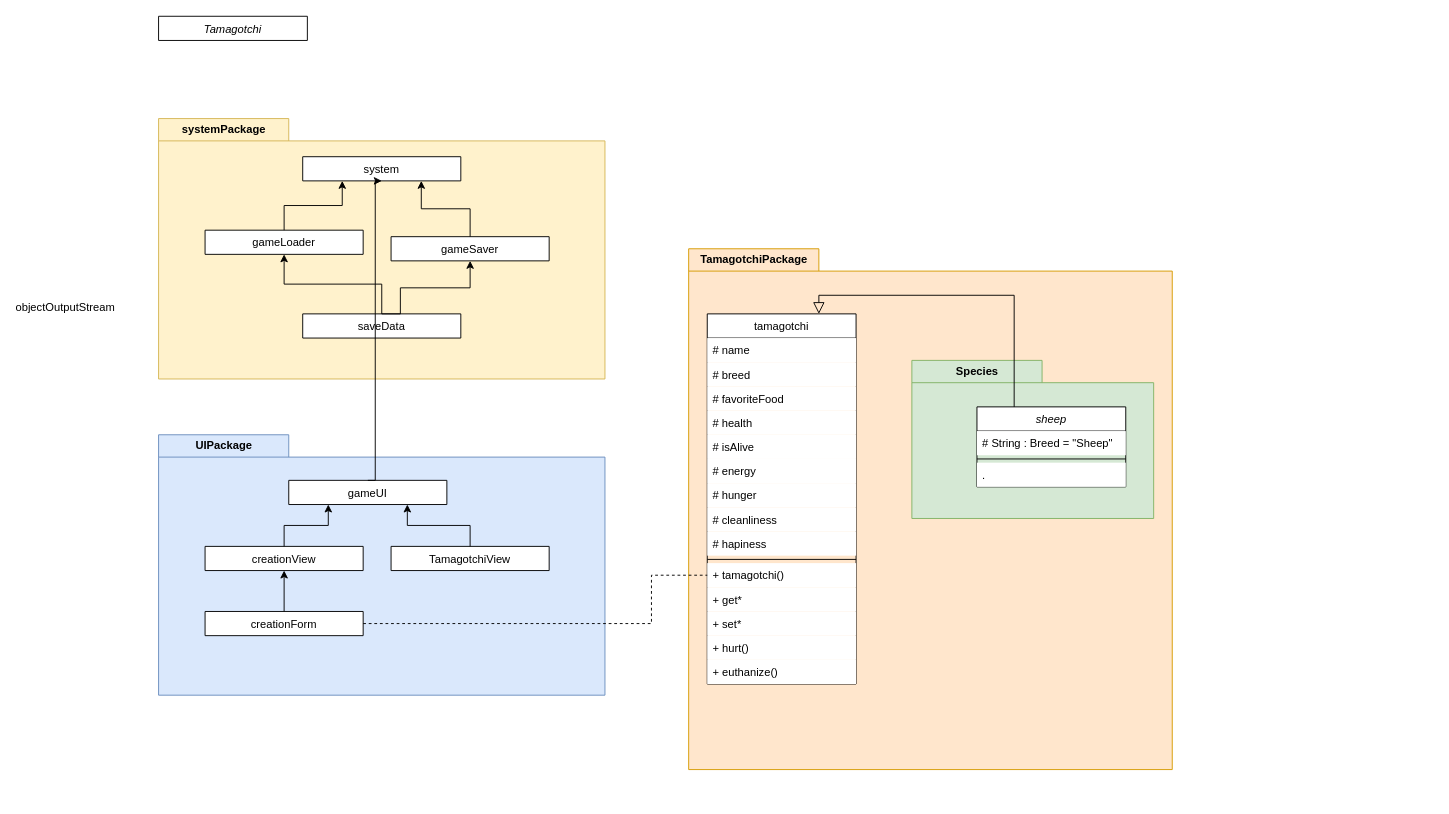
Before: docs/diag_classe.drawio in TheoGicquel/EggFriend, a draw.io diagram. Source tidied: cells renumbered, new cells numbered last; positions are measured from the earlier drawing's top-left corner, leaving out a move shared by most shapes. Both pictures are drawn from the tidied source at 93%, with x=0, y=0 at pixel (37, 16).
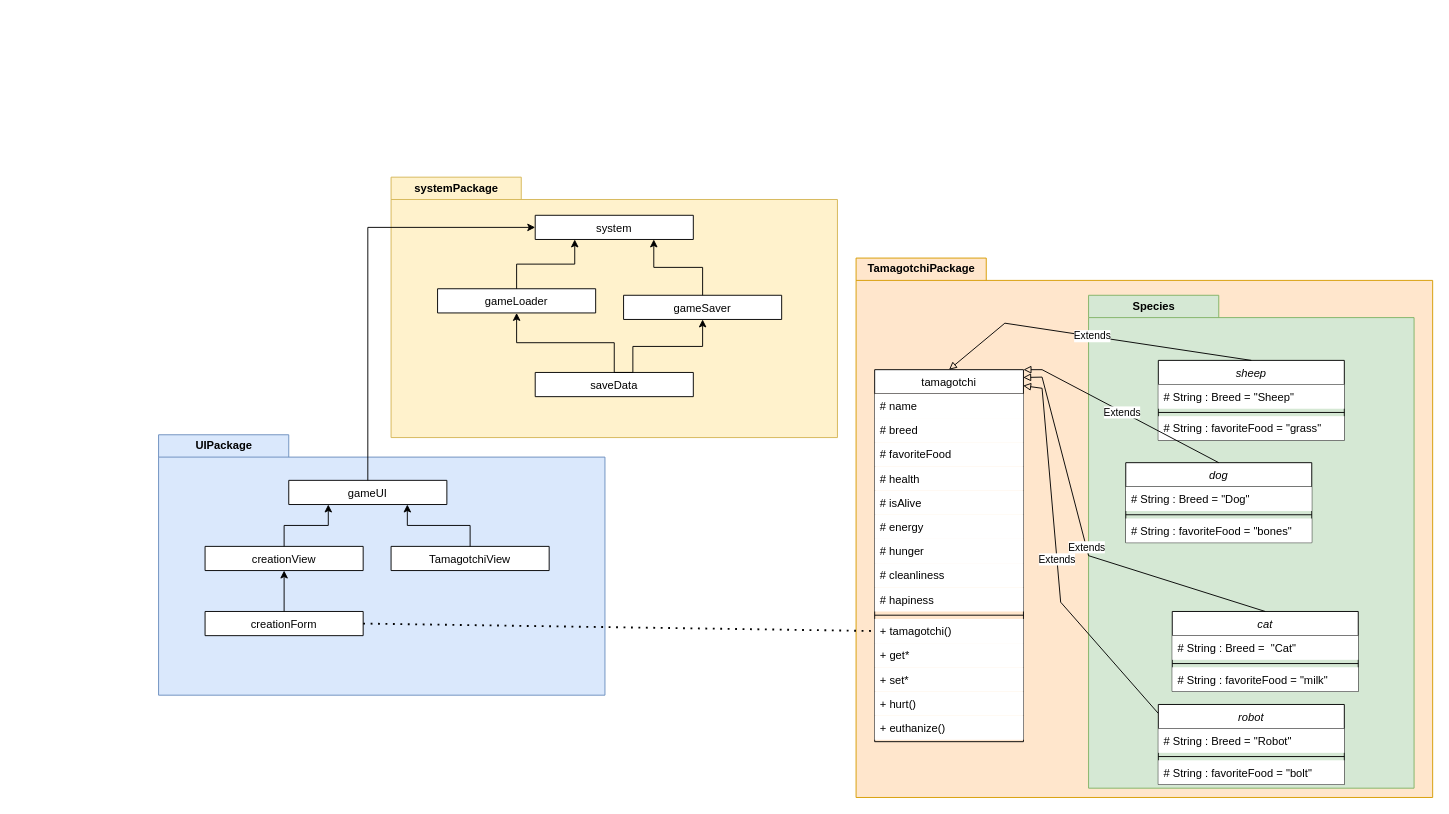
The same page after the edit.

Commit message:
maj diagramme classe

Unchanged cells that the change refers to:
```xml
<mxCell id="21" value="+ tamagotchi()" style="text;align=left;verticalAlign=top;spacingLeft=4;spacingRight=4;overflow=hidden;points=[[0,0.5],[1,0.5]];portConstraint=eastwest;fontStyle=0;fillColor=default;" parent="10" vertex="1">
  <mxGeometry y="268" width="160" height="26" as="geometry" />
</mxCell>
<mxCell id="28" value="gameUI" style="swimlane;fontStyle=0;align=center;verticalAlign=top;horizontal=1;startSize=26;rounded=0;shadow=0;strokeWidth=1;" parent="27" vertex="1" collapsed="1">
  <mxGeometry x="140" y="49" width="170" height="26" as="geometry" />
</mxCell>
<mxCell id="31" style="endArrow=classic;html=1;rounded=0;edgeStyle=orthogonalEdgeStyle;entryX=0.25;entryY=1;entryDx=0;entryDy=0;exitX=0.5;exitY=0;exitDx=0;exitDy=0;" parent="27" edge="1" source="30" target="28">
  <mxGeometry relative="1" as="geometry" />
</mxCell>
<mxCell id="33" style="endArrow=classic;html=1;rounded=0;edgeStyle=orthogonalEdgeStyle;entryX=0.75;entryY=1;entryDx=0;entryDy=0;exitX=0.5;exitY=0;exitDx=0;exitDy=0;" parent="27" edge="1" source="29" target="28">
  <mxGeometry relative="1" as="geometry" />
</mxCell>
<mxCell id="35" value="creationForm" style="swimlane;fontStyle=0;align=center;verticalAlign=top;horizontal=1;startSize=26;rounded=0;shadow=0;strokeWidth=1;" parent="27" vertex="1" collapsed="1">
  <mxGeometry x="50" y="190" width="170" height="26" as="geometry" />
</mxCell>
<mxCell id="36" style="endArrow=classic;html=1;rounded=0;edgeStyle=orthogonalEdgeStyle;entryX=0.5;entryY=1;entryDx=0;entryDy=0;exitX=0.5;exitY=0;exitDx=0;exitDy=0;" parent="27" edge="1" source="35" target="30">
  <mxGeometry relative="1" as="geometry" />
</mxCell>
<mxCell id="40" value="system" style="swimlane;fontStyle=0;align=center;verticalAlign=top;horizontal=1;startSize=26;rounded=0;shadow=0;strokeWidth=1;" parent="39" vertex="1" collapsed="1">
  <mxGeometry x="155" y="41" width="170" height="26" as="geometry" />
</mxCell>
<mxCell id="43" style="endArrow=classic;html=1;rounded=0;edgeStyle=orthogonalEdgeStyle;entryX=0.25;entryY=1;entryDx=0;entryDy=0;exitX=0.5;exitY=0;exitDx=0;exitDy=0;" parent="39" edge="1" source="42" target="40">
  <mxGeometry relative="1" as="geometry" />
</mxCell>
<mxCell id="45" style="endArrow=classic;html=1;rounded=0;edgeStyle=orthogonalEdgeStyle;entryX=0.75;entryY=1;entryDx=0;entryDy=0;exitX=0.5;exitY=0;exitDx=0;exitDy=0;" parent="39" edge="1" source="41" target="40">
  <mxGeometry relative="1" as="geometry" />
</mxCell>
<mxCell id="48" style="endArrow=classic;html=1;rounded=0;edgeStyle=orthogonalEdgeStyle;entryX=0.5;entryY=1;entryDx=0;entryDy=0;exitX=0.5;exitY=0;exitDx=0;exitDy=0;" parent="39" edge="1" source="47" target="42">
  <mxGeometry relative="1" as="geometry" />
</mxCell>
<mxCell id="50" style="endArrow=classic;html=1;rounded=0;edgeStyle=orthogonalEdgeStyle;entryX=0.5;entryY=1;entryDx=0;entryDy=0;exitX=0.5;exitY=0;exitDx=0;exitDy=0;" parent="39" edge="1" source="47" target="41">
  <mxGeometry relative="1" as="geometry">
    <Array as="points">
      <mxPoint x="260" y="210" />
      <mxPoint x="260" y="182" />
      <mxPoint x="335" y="182" />
    </Array>
  </mxGeometry>
</mxCell>
```

Change to the diagram source:
```diff
@@
-    <mxCell id="2" style="endArrow=block;endSize=10;endFill=0;shadow=0;strokeWidth=1;rounded=0;edgeStyle=elbowEdgeStyle;elbow=vertical;" parent="1" edge="1">
-      <mxGeometry relative="1" as="geometry">
-        <mxPoint x="320" y="240" as="sourcePoint" />
-        <mxPoint x="420" y="138" as="targetPoint" />
-      </mxGeometry>
-    </mxCell>
-    <mxCell id="3" value="Tamagotchi" style="swimlane;fontStyle=2;align=center;verticalAlign=top;horizontal=1;startSize=26;rounded=0;shadow=0;strokeWidth=1;" parent="1" vertex="1" collapsed="1">
-      <mxGeometry x="130" width="160" height="26" as="geometry" />
-    </mxCell>
     <mxCell id="4" value="TamagotchiPackage" style="shape=folder;fontStyle=1;tabWidth=140;tabHeight=24;tabPosition=left;html=1;boundedLbl=1;labelInHeader=1;fillColor=#ffe6cc;strokeColor=#d79b00;" parent="1" vertex="1">
-      <mxGeometry x="700" y="250" width="520" height="560" as="geometry" />
+      <mxGeometry x="880" y="260" width="620" height="580" as="geometry" />
     </mxCell>
-    <mxCell id="5" value="Species" style="shape=folder;fontStyle=1;tabWidth=140;tabHeight=24;tabPosition=left;html=1;boundedLbl=1;labelInHeader=1;fillColor=#d5e8d4;strokeColor=#82b366;" parent="4" vertex="1">
-      <mxGeometry x="240" y="120" width="260" height="170" as="geometry" />
-    </mxCell>
-    <mxCell id="6" value="sheep" style="swimlane;fontStyle=2;align=center;verticalAlign=top;horizontal=1;startSize=26;rounded=0;shadow=0;strokeWidth=1;" parent="5" vertex="1">
-      <mxGeometry x="70" y="50" width="160" height="86" as="geometry" />
-    </mxCell>
-    <mxCell id="7" value="# String : Breed = &quot;Sheep&quot;" style="text;align=left;verticalAlign=top;spacingLeft=4;spacingRight=4;overflow=hidden;fillColor=default;" parent="6" vertex="1">
-      <mxGeometry y="26" width="160" height="26" as="geometry" />
-    </mxCell>
-    <mxCell id="8" style="line;html=1;strokeWidth=1;align=left;verticalAlign=middle;spacingTop=-1;spacingLeft=3;spacingRight=3;labelPosition=right;" parent="6" vertex="1">
-      <mxGeometry y="52" width="160" height="8" as="geometry" />
-    </mxCell>
-    <mxCell id="9" value="." style="text;align=left;verticalAlign=top;spacingLeft=4;spacingRight=4;overflow=hidden;fillColor=default;" parent="6" vertex="1">
-      <mxGeometry y="60" width="160" height="26" as="geometry" />
-    </mxCell>
     <mxCell id="10" value="tamagotchi" style="swimlane;fontStyle=0;align=center;verticalAlign=top;horizontal=1;startSize=26;rounded=0;shadow=0;strokeWidth=1;" parent="4" vertex="1">
-      <mxGeometry x="20" y="70" width="160" height="398" as="geometry" />
+      <mxGeometry x="20" y="120" width="160" height="400" as="geometry" />
     </mxCell>
@@
+    <mxCell id="5" value="Species" style="shape=folder;fontStyle=1;tabWidth=140;tabHeight=24;tabPosition=left;html=1;boundedLbl=1;labelInHeader=1;fillColor=#d5e8d4;strokeColor=#82b366;" parent="4" vertex="1">
+      <mxGeometry x="250" y="40" width="350" height="530" as="geometry" />
+    </mxCell>
+    <mxCell id="6" value="sheep" style="swimlane;fontStyle=2;align=center;verticalAlign=top;horizontal=1;startSize=26;rounded=0;shadow=0;strokeWidth=1;" parent="5" vertex="1">
+      <mxGeometry x="75" y="70" width="200" height="86" as="geometry" />
+    </mxCell>
+    <mxCell id="7" value="# String : Breed = &quot;Sheep&quot;" style="text;align=left;verticalAlign=top;spacingLeft=4;spacingRight=4;overflow=hidden;fillColor=default;" parent="6" vertex="1">
+      <mxGeometry y="26" width="200" height="26" as="geometry" />
+    </mxCell>
+    <mxCell id="54" style="line;html=1;strokeWidth=1;align=left;verticalAlign=middle;spacingTop=-1;spacingLeft=3;spacingRight=3;labelPosition=right;" parent="6" vertex="1">
+      <mxGeometry y="52" width="200" height="8" as="geometry" />
+    </mxCell>
+    <mxCell id="55" value="# String : favoriteFood = &quot;grass&quot;&#10;" style="text;align=left;verticalAlign=top;spacingLeft=4;spacingRight=4;overflow=hidden;fillColor=default;" parent="6" vertex="1">
+      <mxGeometry y="60" width="200" height="26" as="geometry" />
+    </mxCell>
+    <mxCell id="56" value="dog" style="swimlane;fontStyle=2;align=center;verticalAlign=top;horizontal=1;startSize=26;rounded=0;shadow=0;strokeWidth=1;" parent="5" vertex="1">
+      <mxGeometry x="40" y="180" width="200" height="86" as="geometry" />
+    </mxCell>
+    <mxCell id="57" value="# String : Breed = &quot;Dog&quot;" style="text;align=left;verticalAlign=top;spacingLeft=4;spacingRight=4;overflow=hidden;fillColor=default;" parent="56" vertex="1">
+      <mxGeometry y="26" width="200" height="26" as="geometry" />
+    </mxCell>
+    <mxCell id="58" style="line;html=1;strokeWidth=1;align=left;verticalAlign=middle;spacingTop=-1;spacingLeft=3;spacingRight=3;labelPosition=right;" parent="56" vertex="1">
+      <mxGeometry y="52" width="200" height="8" as="geometry" />
+    </mxCell>
+    <mxCell id="59" value="# String : favoriteFood = &quot;bones&quot;&#10;" style="text;align=left;verticalAlign=top;spacingLeft=4;spacingRight=4;overflow=hidden;fillColor=default;" parent="56" vertex="1">
+      <mxGeometry y="60" width="200" height="26" as="geometry" />
+    </mxCell>
+    <mxCell id="60" value="cat&#10;&#10;" style="swimlane;fontStyle=2;align=center;verticalAlign=top;horizontal=1;startSize=26;rounded=0;shadow=0;strokeWidth=1;" parent="5" vertex="1">
+      <mxGeometry x="90" y="340" width="200" height="86" as="geometry" />
+    </mxCell>
+    <mxCell id="61" value="# String : Breed =  &quot;Cat&quot;" style="text;align=left;verticalAlign=top;spacingLeft=4;spacingRight=4;overflow=hidden;fillColor=default;" parent="60" vertex="1">
+      <mxGeometry y="26" width="200" height="26" as="geometry" />
+    </mxCell>
+    <mxCell id="62" style="line;html=1;strokeWidth=1;align=left;verticalAlign=middle;spacingTop=-1;spacingLeft=3;spacingRight=3;labelPosition=right;" parent="60" vertex="1">
+      <mxGeometry y="52" width="200" height="8" as="geometry" />
+    </mxCell>
+    <mxCell id="63" value="# String : favoriteFood = &quot;milk&quot;&#10;" style="text;align=left;verticalAlign=top;spacingLeft=4;spacingRight=4;overflow=hidden;fillColor=default;" parent="60" vertex="1">
+      <mxGeometry y="60" width="200" height="26" as="geometry" />
+    </mxCell>
+    <mxCell id="64" value="robot" style="swimlane;fontStyle=2;align=center;verticalAlign=top;horizontal=1;startSize=26;rounded=0;shadow=0;strokeWidth=1;" parent="5" vertex="1">
+      <mxGeometry x="75" y="440" width="200" height="86" as="geometry" />
+    </mxCell>
+    <mxCell id="65" value="# String : Breed = &quot;Robot&quot;" style="text;align=left;verticalAlign=top;spacingLeft=4;spacingRight=4;overflow=hidden;fillColor=default;" parent="64" vertex="1">
+      <mxGeometry y="26" width="200" height="26" as="geometry" />
+    </mxCell>
+    <mxCell id="66" style="line;html=1;strokeWidth=1;align=left;verticalAlign=middle;spacingTop=-1;spacingLeft=3;spacingRight=3;labelPosition=right;" parent="64" vertex="1">
+      <mxGeometry y="52" width="200" height="8" as="geometry" />
+    </mxCell>
+    <mxCell id="67" value="# String : favoriteFood = &quot;bolt&quot;&#10;" style="text;align=left;verticalAlign=top;spacingLeft=4;spacingRight=4;overflow=hidden;fillColor=default;" parent="64" vertex="1">
+      <mxGeometry y="60" width="200" height="26" as="geometry" />
+    </mxCell>
-    <mxCell id="26" style="endArrow=block;endSize=10;endFill=0;shadow=0;strokeWidth=1;rounded=0;edgeStyle=elbowEdgeStyle;elbow=vertical;entryX=0.75;entryY=0;entryDx=0;entryDy=0;exitX=0.25;exitY=0;exitDx=0;exitDy=0;" parent="4" edge="1" source="6" target="10">
+    <mxCell id="26" value="Extends" style="endArrow=block;html=1;rounded=0;endFill=0;exitX=0.5;exitY=0;exitDx=0;exitDy=0;entryX=0.5;entryY=0;entryDx=0;entryDy=0;" parent="4" edge="1" source="6" target="10">
       <mxGeometry relative="1" as="geometry">
         <Array as="points">
-          <mxPoint x="380" y="50" />
+          <mxPoint x="160" y="70" />
         </Array>
       </mxGeometry>
     </mxCell>
+    <mxCell id="68" value="Extends" style="endArrow=block;html=1;rounded=0;endFill=0;exitX=0.5;exitY=0;exitDx=0;exitDy=0;entryX=1;entryY=0;entryDx=0;entryDy=0;" parent="4" edge="1" source="56" target="10">
+      <mxGeometry relative="1" as="geometry">
+        <Array as="points">
+          <mxPoint x="200" y="120" />
+        </Array>
+      </mxGeometry>
+    </mxCell>
+    <mxCell id="69" value="Extends" style="endArrow=block;html=1;rounded=0;endFill=0;exitX=0.5;exitY=0;exitDx=0;exitDy=0;entryX=0.998;entryY=0.021;entryDx=0;entryDy=0;entryPerimeter=0;" parent="4" edge="1" source="60" target="10">
+      <mxGeometry relative="1" as="geometry">
+        <Array as="points">
+          <mxPoint x="250" y="320" />
+          <mxPoint x="200" y="128" />
+        </Array>
+      </mxGeometry>
+    </mxCell>
+    <mxCell id="70" value="Extends" style="endArrow=block;html=1;rounded=0;endFill=0;exitX=-0.001;exitY=0.109;exitDx=0;exitDy=0;entryX=0.998;entryY=0.043;entryDx=0;entryDy=0;entryPerimeter=0;exitPerimeter=0;" parent="4" edge="1" source="64" target="10">
+      <mxGeometry relative="1" as="geometry">
+        <Array as="points">
+          <mxPoint x="220" y="370" />
+          <mxPoint x="200" y="140" />
+        </Array>
+      </mxGeometry>
+    </mxCell>
@@
-    <mxCell id="32" value="Label" style="edgeLabel;html=1;align=center;verticalAlign=middle;fillColor=default;fontColor=none;noLabel=1;" parent="31" vertex="1">
-      <mxGeometry relative="1" as="geometry">
-        <mxPoint y="47" as="offset" />
-      </mxGeometry>
-    </mxCell>
+    <mxCell id="71" value="Label" style="edgeLabel;html=1;align=center;verticalAlign=middle;fillColor=default;fontColor=none;noLabel=1;" parent="31" vertex="1">
+      <mxGeometry relative="1" as="geometry">
+        <mxPoint y="47" as="offset" />
+      </mxGeometry>
+    </mxCell>
@@
-    <mxCell id="34" value="Label" style="edgeLabel;html=1;align=center;verticalAlign=middle;fillColor=default;fontColor=none;noLabel=1;" parent="33" vertex="1">
-      <mxGeometry relative="1" as="geometry">
-        <mxPoint y="47" as="offset" />
-      </mxGeometry>
-    </mxCell>
+    <mxCell id="72" value="Label" style="edgeLabel;html=1;align=center;verticalAlign=middle;fillColor=default;fontColor=none;noLabel=1;" parent="33" vertex="1">
+      <mxGeometry relative="1" as="geometry">
+        <mxPoint y="47" as="offset" />
+      </mxGeometry>
+    </mxCell>
@@
-    <mxCell id="37" value="Label" style="edgeLabel;html=1;align=center;verticalAlign=middle;fillColor=default;fontColor=none;noLabel=1;" parent="36" vertex="1">
-      <mxGeometry relative="1" as="geometry">
-        <mxPoint y="47" as="offset" />
-      </mxGeometry>
-    </mxCell>
-    <mxCell id="38" style="endArrow=none;dashed=1;html=1;rounded=0;fontColor=none;edgeStyle=orthogonalEdgeStyle;entryX=0;entryY=0.5;entryDx=0;entryDy=0;exitX=1;exitY=0.5;exitDx=0;exitDy=0;" parent="1" edge="1" source="35" target="21">
-      <mxGeometry relative="1" as="geometry">
-        <Array as="points">
-          <mxPoint x="660" y="653" />
-          <mxPoint x="660" y="601" />
-        </Array>
-      </mxGeometry>
-    </mxCell>
+    <mxCell id="73" value="Label" style="edgeLabel;html=1;align=center;verticalAlign=middle;fillColor=default;fontColor=none;noLabel=1;" parent="36" vertex="1">
+      <mxGeometry relative="1" as="geometry">
+        <mxPoint y="47" as="offset" />
+      </mxGeometry>
+    </mxCell>
     <mxCell id="39" value="systemPackage" style="shape=folder;fontStyle=1;tabWidth=140;tabHeight=24;tabPosition=left;html=1;boundedLbl=1;labelInHeader=1;fillColor=#fff2cc;strokeColor=#d6b656;" parent="1" vertex="1">
-      <mxGeometry x="130" y="110" width="480" height="280" as="geometry" />
+      <mxGeometry x="380" y="173" width="480" height="280" as="geometry" />
     </mxCell>
@@
-    <mxCell id="44" value="Label" style="edgeLabel;html=1;align=center;verticalAlign=middle;fillColor=default;fontColor=none;noLabel=1;" parent="43" vertex="1">
-      <mxGeometry relative="1" as="geometry">
-        <mxPoint y="47" as="offset" />
-      </mxGeometry>
-    </mxCell>
+    <mxCell id="74" value="Label" style="edgeLabel;html=1;align=center;verticalAlign=middle;fillColor=default;fontColor=none;noLabel=1;" parent="43" vertex="1">
+      <mxGeometry relative="1" as="geometry">
+        <mxPoint y="47" as="offset" />
+      </mxGeometry>
+    </mxCell>
@@
-    <mxCell id="46" value="Label" style="edgeLabel;html=1;align=center;verticalAlign=middle;fillColor=default;fontColor=none;noLabel=1;" parent="45" vertex="1">
-      <mxGeometry relative="1" as="geometry">
-        <mxPoint y="47" as="offset" />
-      </mxGeometry>
-    </mxCell>
+    <mxCell id="75" value="Label" style="edgeLabel;html=1;align=center;verticalAlign=middle;fillColor=default;fontColor=none;noLabel=1;" parent="45" vertex="1">
+      <mxGeometry relative="1" as="geometry">
+        <mxPoint y="47" as="offset" />
+      </mxGeometry>
+    </mxCell>
@@
-    <mxCell id="49" value="Label" style="edgeLabel;html=1;align=center;verticalAlign=middle;fillColor=default;fontColor=none;noLabel=1;" parent="48" vertex="1">
-      <mxGeometry relative="1" as="geometry">
-        <mxPoint y="47" as="offset" />
-      </mxGeometry>
-    </mxCell>
+    <mxCell id="76" value="Label" style="edgeLabel;html=1;align=center;verticalAlign=middle;fillColor=default;fontColor=none;noLabel=1;" parent="48" vertex="1">
+      <mxGeometry relative="1" as="geometry">
+        <mxPoint y="47" as="offset" />
+      </mxGeometry>
+    </mxCell>
@@
-    <mxCell id="51" value="Label" style="edgeLabel;html=1;align=center;verticalAlign=middle;fillColor=default;fontColor=none;noLabel=1;" parent="50" vertex="1">
-      <mxGeometry relative="1" as="geometry">
-        <mxPoint y="47" as="offset" />
-      </mxGeometry>
-    </mxCell>
-    <mxCell id="52" value="objectOutputStream" style="text;html=1;strokeColor=none;fillColor=none;align=center;verticalAlign=middle;whiteSpace=wrap;rounded=0;fontColor=none;" parent="1" vertex="1">
-      <mxGeometry y="298" width="60" height="30" as="geometry" />
-    </mxCell>
+    <mxCell id="77" value="Label" style="edgeLabel;html=1;align=center;verticalAlign=middle;fillColor=default;fontColor=none;noLabel=1;" parent="50" vertex="1">
+      <mxGeometry relative="1" as="geometry">
+        <mxPoint y="47" as="offset" />
+      </mxGeometry>
+    </mxCell>
-    <mxCell id="53" style="edgeStyle=elbowEdgeStyle;elbow=horizontal;endArrow=classic;html=1;rounded=0;fontColor=none;exitX=0.5;exitY=0;exitDx=0;exitDy=0;entryX=0.5;entryY=1;entryDx=0;entryDy=0;" parent="1" edge="1" source="28" target="40">
-      <mxGeometry relative="1" as="geometry" />
+    <mxCell id="53" style="edgeStyle=elbowEdgeStyle;elbow=horizontal;endArrow=classic;html=1;rounded=0;fontColor=none;exitX=0.5;exitY=0;exitDx=0;exitDy=0;entryX=0;entryY=0.5;entryDx=0;entryDy=0;" parent="1" edge="1" source="28" target="40">
+      <mxGeometry relative="1" as="geometry">
+        <Array as="points">
+          <mxPoint x="355" y="460" />
+        </Array>
+      </mxGeometry>
     </mxCell>
+    <mxCell id="38" style="endArrow=none;dashed=1;html=1;dashPattern=1 3;strokeWidth=2;rounded=0;exitX=1;exitY=0.5;exitDx=0;exitDy=0;entryX=0;entryY=0.5;entryDx=0;entryDy=0;" parent="1" edge="1" source="35" target="21">
+      <mxGeometry relative="1" as="geometry" />
+    </mxCell>
```
